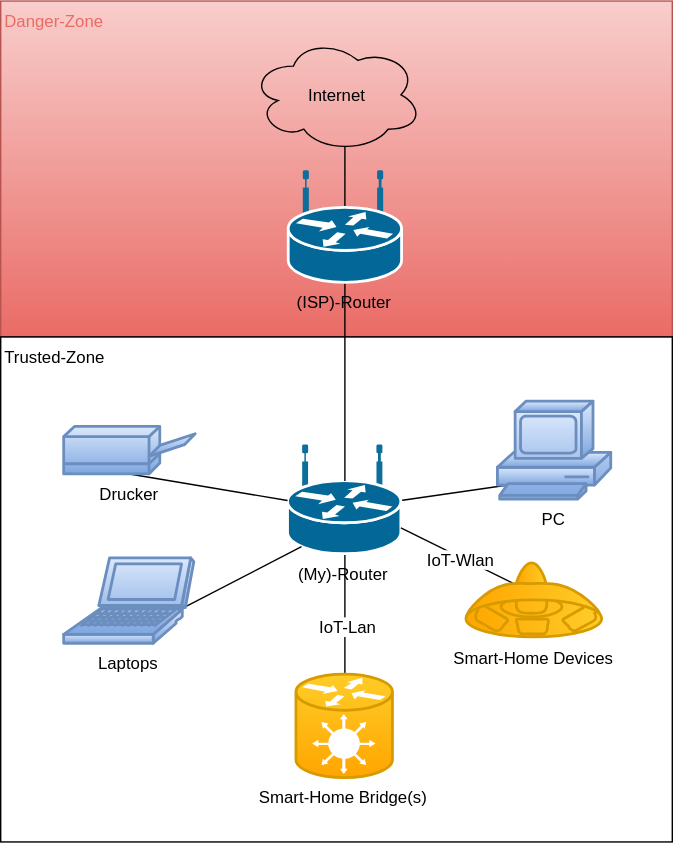
Earlier version of the draw.io export assets/images/homeNetwork-ugly.svg (cflat-inc/cflat-inc.github.io). Source tidied: cells renumbered, new cells last; positions are measured from the earlier drawing's top-left corner, leaving out a move shared by most shapes.
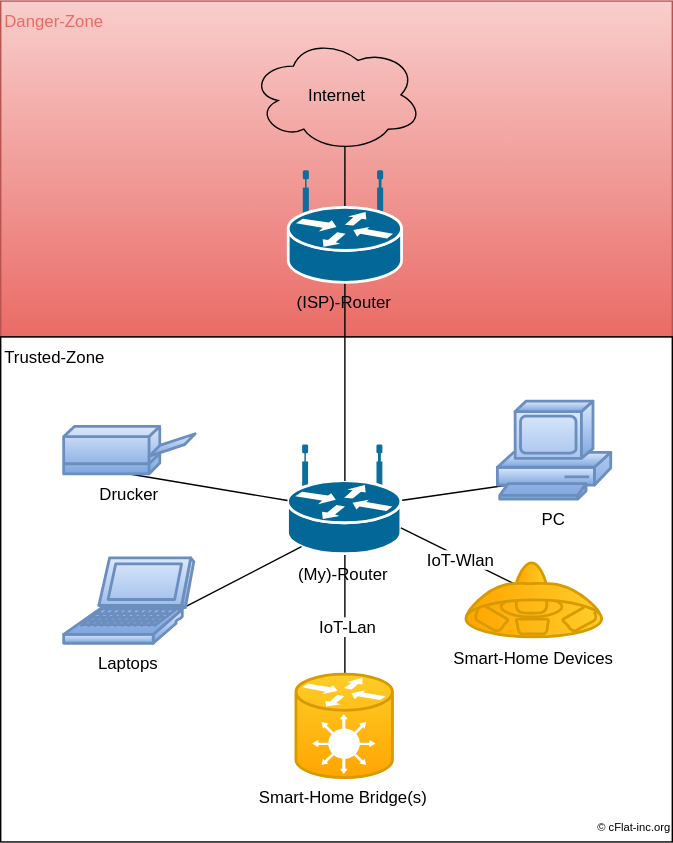
The same file after the commit.

The edit, as a diff of the source:
```diff
@@ -59,5 +59,8 @@
     <mxCell id="20" value="(ISP)-Router" style="shape=mxgraph.cisco.routers.wireless_router;html=1;dashed=0;fillColor=#036897;strokeColor=#ffffff;strokeWidth=2;verticalLabelPosition=bottom;verticalAlign=top;labelBackgroundColor=none;fontColor=#000000;align=center;" parent="1" vertex="1">
       <mxGeometry x="205.5" y="122" width="81" height="79" as="geometry" />
     </mxCell>
+    <mxCell id="21" value="&lt;div style=&quot;text-align: right&quot;&gt;&lt;span&gt;© cFlat-inc.org&lt;/span&gt;&lt;/div&gt;" style="text;html=1;strokeColor=none;fillColor=none;align=right;verticalAlign=middle;whiteSpace=wrap;rounded=0;labelBackgroundColor=none;fontColor=#000000;fontSize=8;" parent="1" vertex="1">
+      <mxGeometry x="420" y="580" width="60" height="20" as="geometry" />
+    </mxCell>
   </root>
 </mxGraphModel>
```
